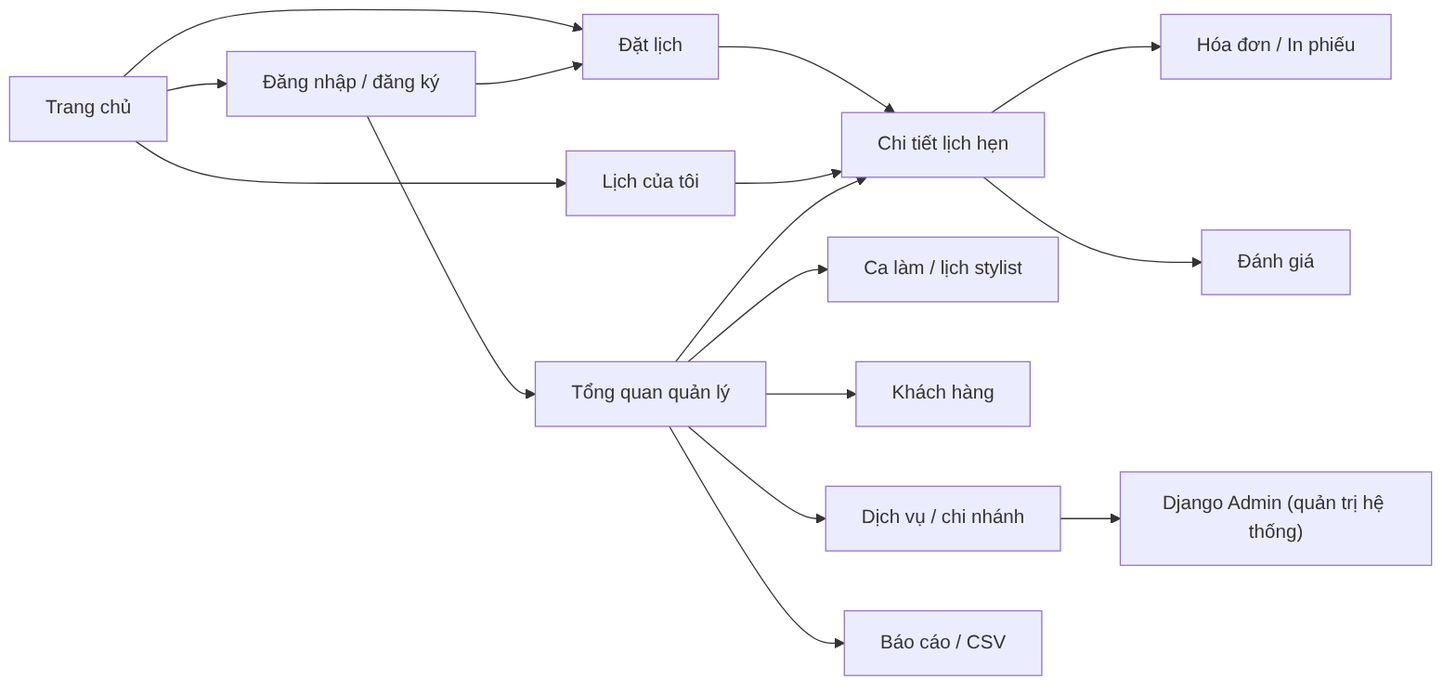
Before: docs/diagrams/06-screens.png, a diagram exported from Mermaid (tunato2807-del/ptpmhdtuong). Its source is kept beside it as docs/diagrams/06-screens.mmd. The source it was exported from:
```mermaid
flowchart LR
    H["Trang chủ"] --> L["Đăng nhập / đăng ký"]
    H --> B["Đặt lịch"]
    L --> B
    B --> D["Chi tiết lịch hẹn"]
    H --> M["Lịch của tôi"]
    M --> D
    D --> I["Hóa đơn / In phiếu"]
    D --> R["Đánh giá"]
    L --> O["Tổng quan quản lý"]
    O --> D
    O --> S["Ca làm / lịch stylist"]
    O --> C["Khách hàng"]
    O --> F["Dịch vụ / chi nhánh"]
    O --> E["Báo cáo / CSV"]
    F --> A["Django Admin (quản trị hệ thống)"]
```
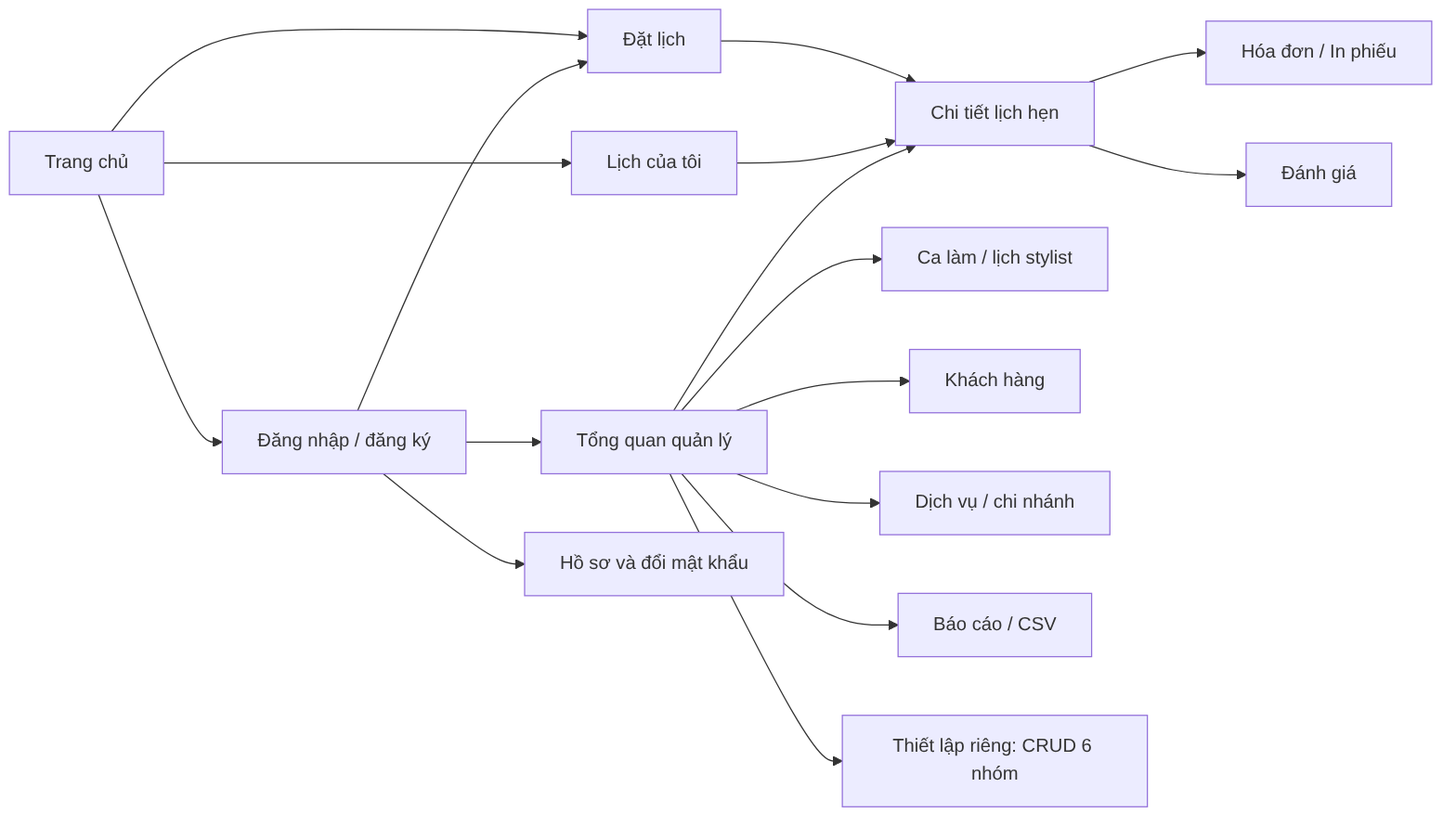
After the change.

The edit, as a diff of the source:
```diff
@@ -13,4 +13,5 @@
     O --> C["Khách hàng"]
     O --> F["Dịch vụ / chi nhánh"]
     O --> E["Báo cáo / CSV"]
-    F --> A["Django Admin (quản trị hệ thống)"]
+    L --> P["Hồ sơ và đổi mật khẩu"]
+    O --> A["Thiết lập riêng: CRUD 6 nhóm"]
```
